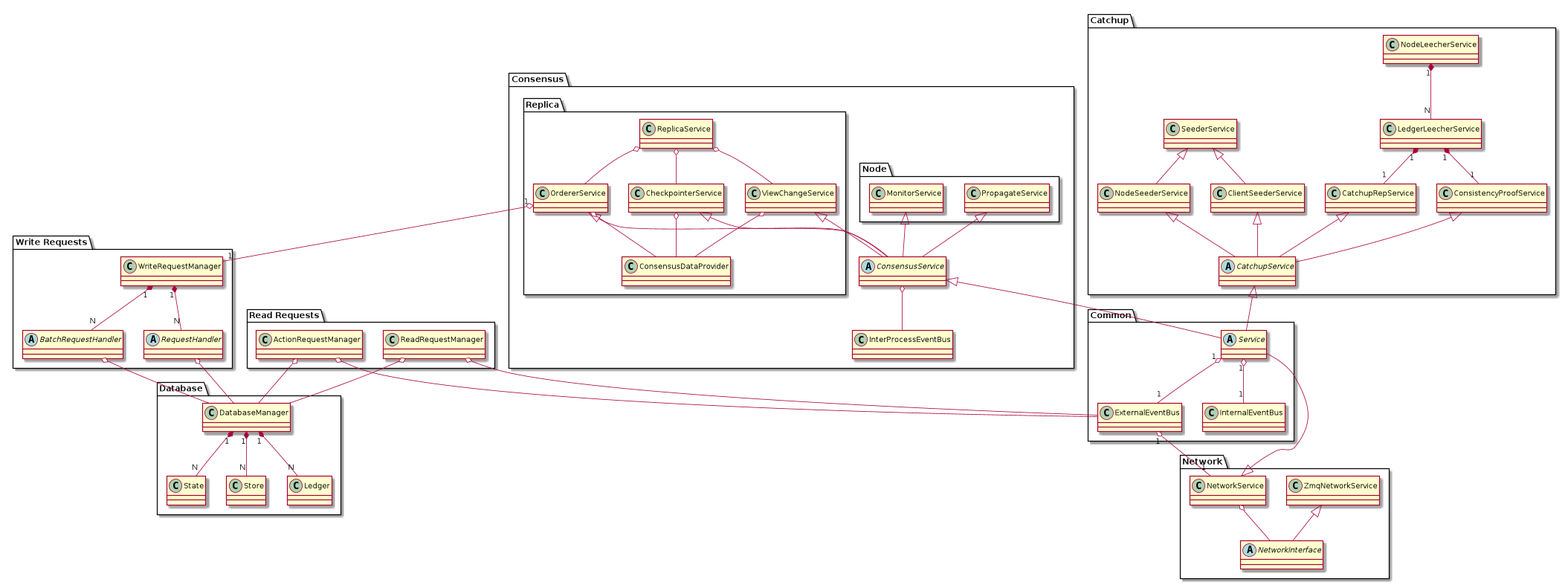
This is design/plenum_2_0_architecture_class.png from hyperledger/indy-plenum, a PlantUML export, as it was before one commit.
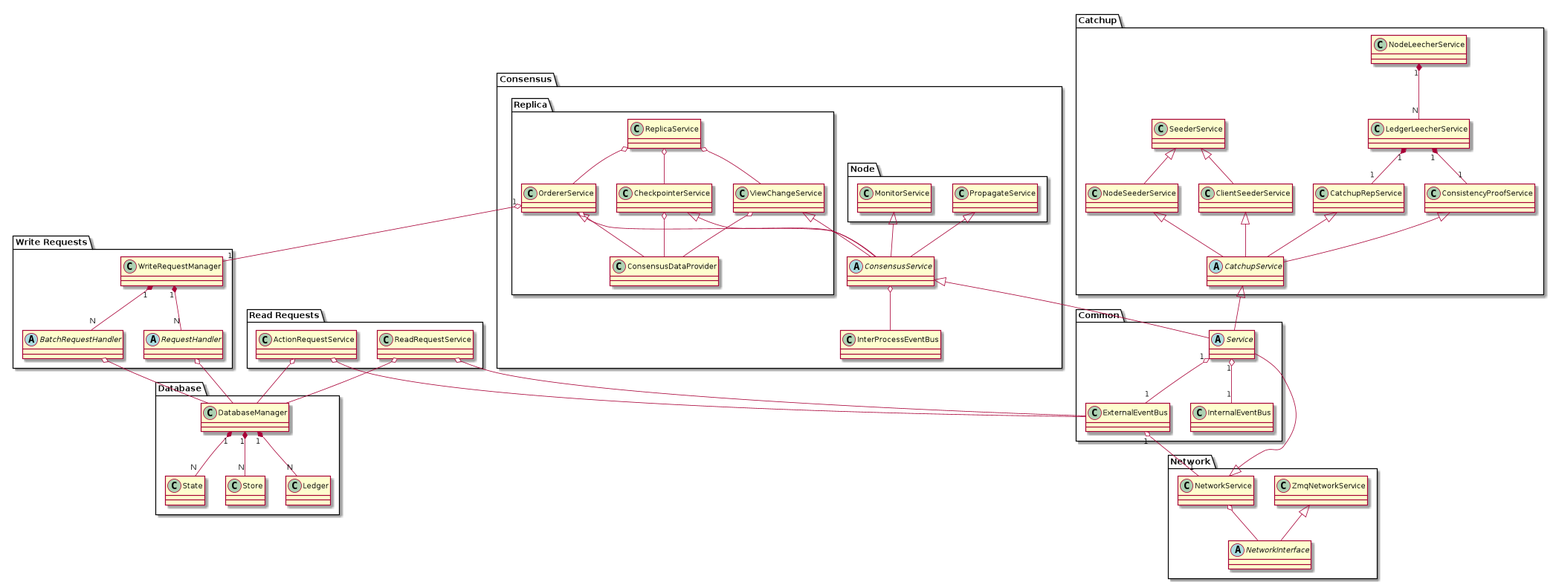
Later version of the same file.

What changed in the source:
```diff
@@ -31,10 +31,10 @@
 
 package "Read Requests" {
 
-ReadRequestManager o-- DatabaseManager
-ActionRequestManager o-- DatabaseManager
-ReadRequestManager o-- ExternalEventBus
-ActionRequestManager o-- ExternalEventBus
+ReadRequestService o-- DatabaseManager
+ActionRequestService o-- DatabaseManager
+ReadRequestService o-- ExternalEventBus
+ActionRequestService o-- ExternalEventBus
 
 }
 
```
